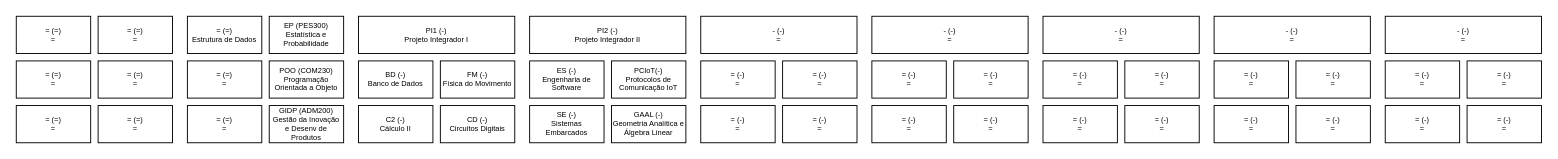
Above: Diagrama sem título.drawio in Adson360/Adson360 (draw.io), before the change. Source tidied: cells renumbered, new cells numbered last; positions are measured from the earlier drawing's top-left corner, leaving out a move shared by most shapes. Both pictures are drawn from the tidied source at 93%, with x=0, y=0 at pixel (16, 16).
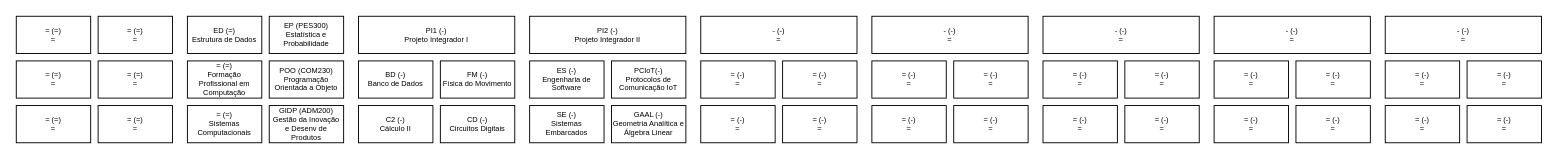
Above is the later version.

What changed in the source:
```diff
@@
-    <mxCell id="40" value="&lt;div style=&quot;font-size: 8px&quot;&gt;= (=)&lt;br style=&quot;font-size: 8px&quot;&gt;&lt;/div&gt;&lt;div style=&quot;font-size: 8px&quot;&gt;Estrutura de Dados&lt;br style=&quot;font-size: 8px&quot;&gt;&lt;/div&gt;" style="rounded=0;whiteSpace=wrap;html=1;labelBorderColor=none;labelBackgroundColor=none;glass=0;fontSize=8;" parent="1" vertex="1">
+    <mxCell id="40" value="&lt;div style=&quot;font-size: 8px&quot;&gt;ED (=)&lt;br style=&quot;font-size: 8px&quot;&gt;&lt;/div&gt;&lt;div style=&quot;font-size: 8px&quot;&gt;Estrutura de Dados&lt;br style=&quot;font-size: 8px&quot;&gt;&lt;/div&gt;" style="rounded=0;whiteSpace=wrap;html=1;labelBorderColor=none;labelBackgroundColor=none;glass=0;fontSize=8;" parent="1" vertex="1">
       <mxGeometry x="184" width="80" height="40" as="geometry" />
     </mxCell>
-    <mxCell id="41" value="&lt;div style=&quot;font-size: 8px&quot;&gt;= (=)&lt;br style=&quot;font-size: 8px&quot;&gt;&lt;/div&gt;&lt;div style=&quot;font-size: 8px&quot;&gt;=&lt;/div&gt;" style="rounded=0;whiteSpace=wrap;html=1;labelBorderColor=none;labelBackgroundColor=none;glass=0;fontSize=8;" parent="1" vertex="1">
+    <mxCell id="41" value="&lt;div style=&quot;font-size: 8px&quot;&gt;= (=)&lt;br style=&quot;font-size: 8px&quot;&gt;&lt;/div&gt;&lt;div style=&quot;font-size: 8px&quot;&gt;Formação Profissional em Computação&lt;br&gt;&lt;/div&gt;" style="rounded=0;whiteSpace=wrap;html=1;labelBorderColor=none;labelBackgroundColor=none;glass=0;fontSize=8;" parent="1" vertex="1">
       <mxGeometry x="184" y="48" width="80" height="40" as="geometry" />
     </mxCell>
-    <mxCell id="42" value="&lt;div style=&quot;font-size: 8px&quot;&gt;&lt;font style=&quot;font-size: 8px&quot;&gt;= (=)&lt;br style=&quot;font-size: 8px&quot;&gt;&lt;/font&gt;&lt;/div&gt;&lt;div style=&quot;font-size: 8px&quot;&gt;=&lt;/div&gt;" style="rounded=0;whiteSpace=wrap;html=1;labelBorderColor=none;labelBackgroundColor=none;glass=0;fontSize=8;" parent="1" vertex="1">
+    <mxCell id="42" value="&lt;div style=&quot;font-size: 8px&quot;&gt;&lt;font style=&quot;font-size: 8px&quot;&gt;= (=)&lt;br style=&quot;font-size: 8px&quot;&gt;&lt;/font&gt;&lt;/div&gt;&lt;div style=&quot;font-size: 8px&quot;&gt;Sistemas Computacionais&lt;br&gt;&lt;/div&gt;" style="rounded=0;whiteSpace=wrap;html=1;labelBorderColor=none;labelBackgroundColor=none;glass=0;fontSize=8;" parent="1" vertex="1">
       <mxGeometry x="184" y="96" width="80" height="40" as="geometry" />
     </mxCell>
```
